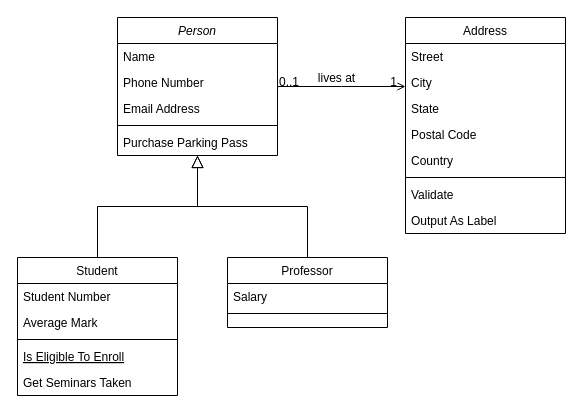
Above: Untitled Diagram.drawio in dedm1/playl (draw.io), before the change. Source tidied: cells renumbered, new cells numbered last; positions are measured from the earlier drawing's top-left corner, leaving out a move shared by most shapes. Both pictures are drawn from the tidied source at 100%, with x=0, y=0 at pixel (17, 17).
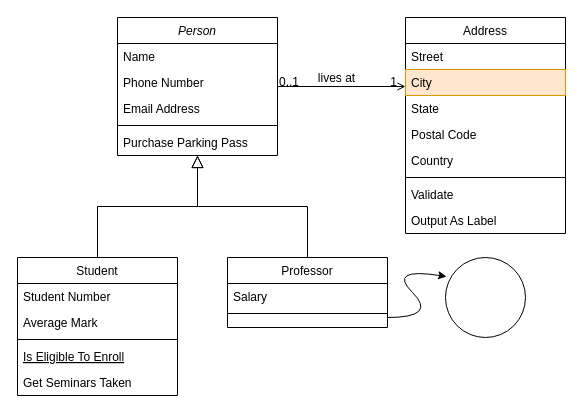
The same diagram, later.

The change refers to these unchanged cells:
```xml
<mxCell id="19" value="Address" style="swimlane;fontStyle=0;align=center;verticalAlign=top;horizontal=1;startSize=26;rounded=0;shadow=0;strokeWidth=1;" parent="1" vertex="1">
  <mxGeometry x="388" width="160" height="216" as="geometry" />
</mxCell>
```

The edit, as a diff of the source:
```diff
@@
-    <mxCell id="21" value="City" style="text;align=left;verticalAlign=top;spacingLeft=4;spacingRight=4;overflow=hidden;rounded=0;shadow=0;html=0;" parent="19" vertex="1">
+    <mxCell id="21" value="City" style="text;align=left;verticalAlign=top;spacingLeft=4;spacingRight=4;overflow=hidden;rounded=0;shadow=0;html=0;fillColor=#ffe6cc;strokeColor=#d79b00;" parent="19" vertex="1">
       <mxGeometry y="52" width="160" height="26" as="geometry" />
     </mxCell>
@@
+    <mxCell id="32" style="ellipse;whiteSpace=wrap;html=1;" parent="1" vertex="1">
+      <mxGeometry x="428" y="240" width="80" height="80" as="geometry" />
+    </mxCell>
+    <mxCell id="33" style="curved=1;endArrow=classic;html=1;rounded=0;entryX=0.013;entryY=0.238;entryDx=0;entryDy=0;entryPerimeter=0;" parent="1" edge="1" target="32">
+      <mxGeometry relative="1" as="geometry">
+        <mxPoint x="370" y="300" as="sourcePoint" />
+        <Array as="points">
+          <mxPoint x="420" y="300" />
+          <mxPoint x="370" y="250" />
+        </Array>
+      </mxGeometry>
+    </mxCell>
```
